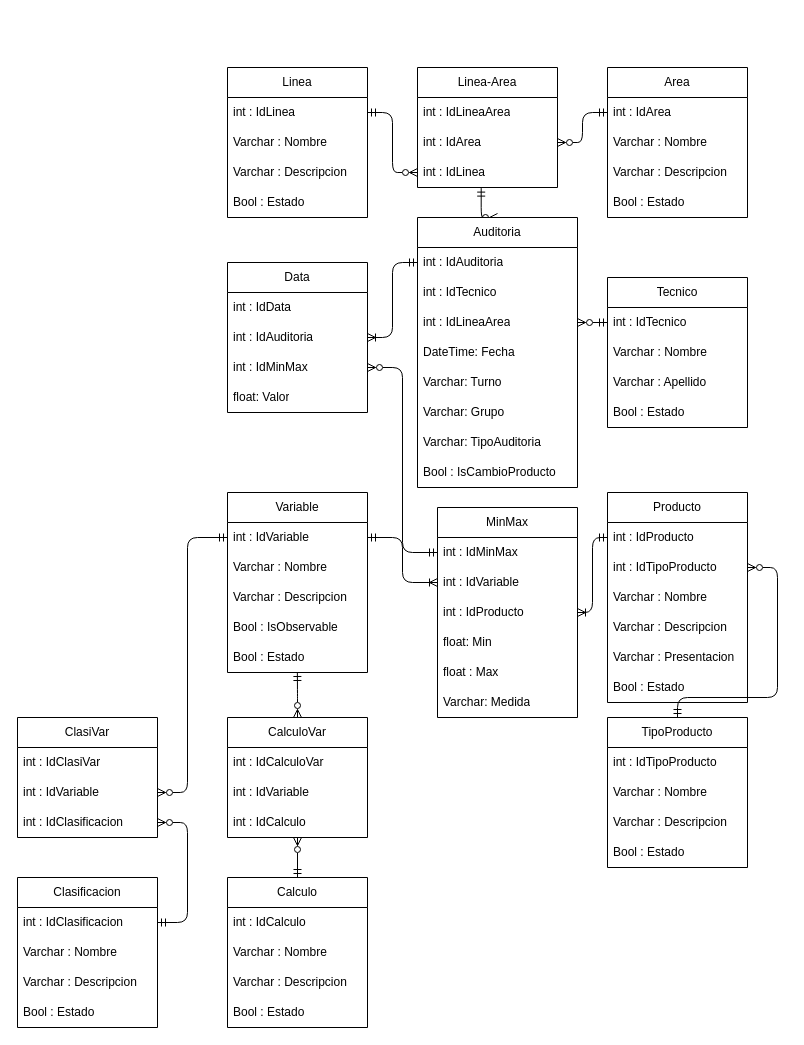
Before: AuditoriasCalidad.drawio in NEODevs-T/Calidad, a draw.io diagram. Source tidied: cells renumbered, new cells numbered last; positions are measured from the earlier drawing's top-left corner, leaving out a move shared by most shapes. Both pictures are drawn from the tidied source at 100%, with x=0, y=0 at pixel (17, 67).
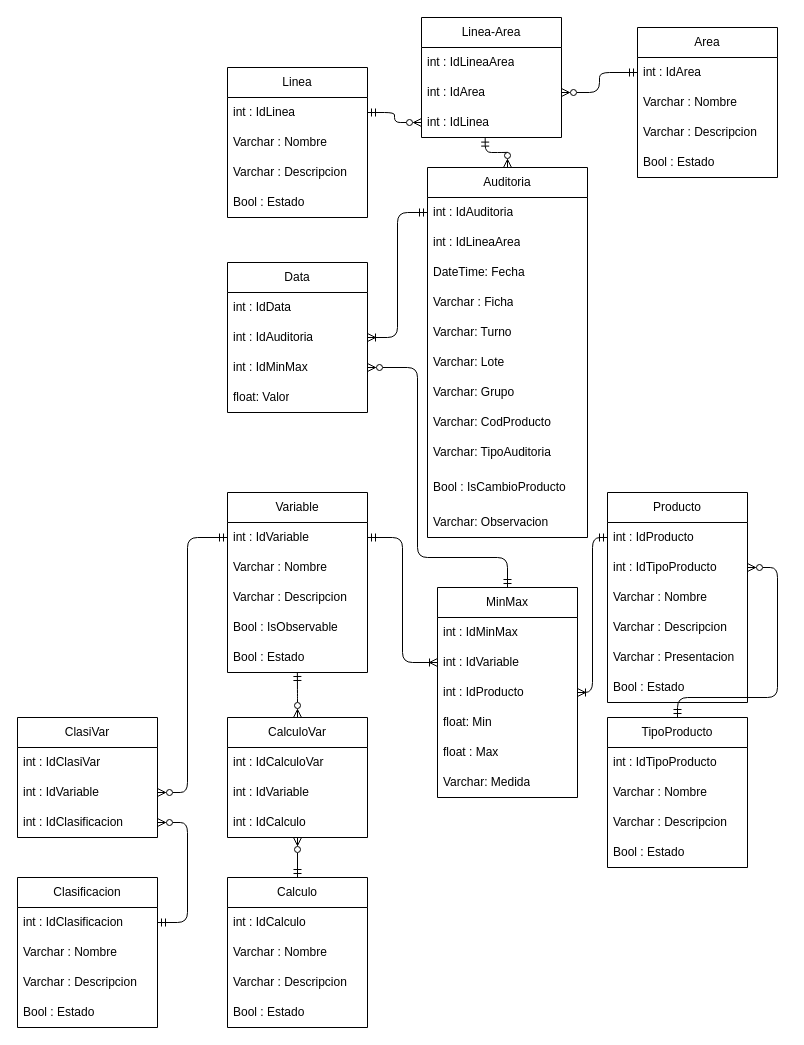
The same page after the edit.

Commit message:
Actualizacion del diagrama de AuditoriasCalidad

Unchanged cells that the change refers to:
```xml
<mxCell id="15" value="int : IdLinea" style="text;strokeColor=none;fillColor=none;align=left;verticalAlign=middle;spacingLeft=4;spacingRight=4;overflow=hidden;points=[[0,0.5],[1,0.5]];portConstraint=eastwest;whiteSpace=wrap;html=1;strokeWidth=1;" parent="12" vertex="1">
  <mxGeometry y="90" width="140" height="30" as="geometry" />
</mxCell>
<mxCell id="37" value="&lt;div style=&quot;text-align: center;&quot;&gt;&lt;span style=&quot;background-color: initial;&quot;&gt;int : IdMinMax&lt;/span&gt;&lt;/div&gt;" style="text;strokeColor=none;fillColor=none;align=left;verticalAlign=middle;spacingLeft=4;spacingRight=4;overflow=hidden;points=[[0,0.5],[1,0.5]];portConstraint=eastwest;whiteSpace=wrap;html=1;" parent="34" vertex="1">
  <mxGeometry y="90" width="140" height="30" as="geometry" />
</mxCell>
<mxCell id="41" value="int : Id&lt;span style=&quot;text-align: center;&quot;&gt;MinMax&lt;/span&gt;" style="text;strokeColor=none;fillColor=none;align=left;verticalAlign=middle;spacingLeft=4;spacingRight=4;overflow=hidden;points=[[0,0.5],[1,0.5]];portConstraint=eastwest;whiteSpace=wrap;html=1;" parent="40" vertex="1">
  <mxGeometry y="30" width="140" height="30" as="geometry" />
</mxCell>
```

What changed in the source:
```diff
@@
     <mxCell id="7" value="Area" style="swimlane;fontStyle=0;horizontal=1;startSize=30;whiteSpace=wrap;html=1;" parent="1" vertex="1">
-      <mxGeometry x="590" width="140" height="150" as="geometry" />
+      <mxGeometry x="620" y="-40" width="140" height="150" as="geometry" />
     </mxCell>
@@
     <mxCell id="12" value="Linea-Area" style="swimlane;fontStyle=0;horizontal=1;startSize=30;whiteSpace=wrap;html=1;" parent="1" vertex="1">
-      <mxGeometry x="400" width="140" height="120" as="geometry" />
+      <mxGeometry x="404" y="-50" width="140" height="120" as="geometry" />
     </mxCell>
@@
-    <mxCell id="18" style="edgeStyle=orthogonalEdgeStyle;html=1;exitX=0.5;exitY=0;exitDx=0;exitDy=0;entryX=0.455;entryY=1.02;entryDx=0;entryDy=0;entryPerimeter=0;startArrow=ERzeroToMany;startFill=0;endArrow=ERmandOne;endFill=0;" parent="1" edge="1" source="19" target="15">
-      <mxGeometry relative="1" as="geometry">
-        <Array as="points">
-          <mxPoint x="470" y="150" />
-          <mxPoint x="464" y="150" />
-        </Array>
-      </mxGeometry>
+    <mxCell id="18" style="edgeStyle=orthogonalEdgeStyle;html=1;entryX=0.455;entryY=1.02;entryDx=0;entryDy=0;entryPerimeter=0;startArrow=ERzeroToMany;startFill=0;endArrow=ERmandOne;endFill=0;exitX=0.5;exitY=0;exitDx=0;exitDy=0;" parent="1" edge="1" source="19" target="15">
+      <mxGeometry relative="1" as="geometry" />
     </mxCell>
     <mxCell id="19" value="Auditoria" style="swimlane;fontStyle=0;horizontal=1;startSize=30;whiteSpace=wrap;html=1;" parent="1" vertex="1">
-      <mxGeometry x="400" y="150" width="160" height="270" as="geometry" />
+      <mxGeometry x="410" y="100" width="160" height="370" as="geometry" />
     </mxCell>
@@
-    <mxCell id="21" value="&lt;div style=&quot;text-align: center;&quot;&gt;&lt;span style=&quot;background-color: initial;&quot;&gt;int : IdTecnico&lt;/span&gt;&lt;/div&gt;" style="text;strokeColor=none;fillColor=none;align=left;verticalAlign=middle;spacingLeft=4;spacingRight=4;overflow=hidden;whiteSpace=wrap;html=1;" parent="19" vertex="1">
-      <mxGeometry y="60" width="160" height="30" as="geometry" />
-    </mxCell>
     <mxCell id="22" value="&lt;div style=&quot;text-align: center;&quot;&gt;&lt;span style=&quot;background-color: initial;&quot;&gt;int : IdLineaArea&lt;/span&gt;&lt;/div&gt;" style="text;strokeColor=none;fillColor=none;align=left;verticalAlign=middle;spacingLeft=4;spacingRight=4;overflow=hidden;points=[[0,0.5],[1,0.5]];portConstraint=eastwest;whiteSpace=wrap;html=1;" parent="19" vertex="1">
-      <mxGeometry y="90" width="160" height="30" as="geometry" />
+      <mxGeometry y="60" width="160" height="30" as="geometry" />
     </mxCell>
     <mxCell id="23" value="DateTime: Fecha" style="text;strokeColor=none;fillColor=none;align=left;verticalAlign=middle;spacingLeft=4;spacingRight=4;overflow=hidden;whiteSpace=wrap;html=1;strokeWidth=1;" parent="19" vertex="1">
-      <mxGeometry y="120" width="160" height="30" as="geometry" />
+      <mxGeometry y="90" width="160" height="30" as="geometry" />
     </mxCell>
+    <mxCell id="21" value="&lt;div style=&quot;text-align: center;&quot;&gt;&lt;span style=&quot;background-color: initial;&quot;&gt;Varchar : Ficha&lt;/span&gt;&lt;/div&gt;" style="text;strokeColor=none;fillColor=none;align=left;verticalAlign=middle;spacingLeft=4;spacingRight=4;overflow=hidden;whiteSpace=wrap;html=1;" parent="19" vertex="1">
+      <mxGeometry y="120" width="160" height="30" as="geometry" />
+    </mxCell>
@@
+    <mxCell id="91" value="Varchar: Lote" style="text;strokeColor=none;fillColor=none;align=left;verticalAlign=middle;spacingLeft=4;spacingRight=4;overflow=hidden;whiteSpace=wrap;html=1;strokeWidth=1;" parent="19" vertex="1">
+      <mxGeometry y="180" width="160" height="30" as="geometry" />
+    </mxCell>
     <mxCell id="25" value="Varchar: Grupo" style="text;strokeColor=none;fillColor=none;align=left;verticalAlign=middle;spacingLeft=4;spacingRight=4;overflow=hidden;whiteSpace=wrap;html=1;strokeWidth=1;" parent="19" vertex="1">
-      <mxGeometry y="180" width="160" height="30" as="geometry" />
+      <mxGeometry y="210" width="160" height="30" as="geometry" />
     </mxCell>
-    <mxCell id="26" value="Varchar: TipoAuditoria" style="text;strokeColor=none;fillColor=none;align=left;verticalAlign=middle;spacingLeft=4;spacingRight=4;overflow=hidden;whiteSpace=wrap;html=1;strokeWidth=1;" parent="19" vertex="1">
-      <mxGeometry y="210" width="160" height="30" as="geometry" />
+    <mxCell id="26" value="Varchar: CodProducto" style="text;strokeColor=none;fillColor=none;align=left;verticalAlign=middle;spacingLeft=4;spacingRight=4;overflow=hidden;whiteSpace=wrap;html=1;strokeWidth=1;" parent="19" vertex="1">
+      <mxGeometry y="240" width="160" height="30" as="geometry" />
     </mxCell>
+    <mxCell id="92" value="Varchar: TipoAuditoria" style="text;strokeColor=none;fillColor=none;align=left;verticalAlign=middle;spacingLeft=4;spacingRight=4;overflow=hidden;whiteSpace=wrap;html=1;strokeWidth=1;" parent="19" vertex="1">
+      <mxGeometry y="270" width="160" height="30" as="geometry" />
+    </mxCell>
     <mxCell id="27" value="Bool : IsCambioProducto" style="text;strokeColor=none;fillColor=none;align=left;verticalAlign=middle;spacingLeft=4;spacingRight=4;overflow=hidden;whiteSpace=wrap;html=1;strokeWidth=1;" parent="19" vertex="1">
-      <mxGeometry y="240" width="160" height="30" as="geometry" />
+      <mxGeometry y="300" width="160" height="40" as="geometry" />
     </mxCell>
-    <mxCell id="28" value="Tecnico" style="swimlane;fontStyle=0;horizontal=1;startSize=30;whiteSpace=wrap;html=1;" parent="1" vertex="1">
-      <mxGeometry x="590" y="210" width="140" height="150" as="geometry" />
-    </mxCell>
-    <mxCell id="29" value="int : IdTecnico" style="text;strokeColor=none;fillColor=none;align=left;verticalAlign=middle;spacingLeft=4;spacingRight=4;overflow=hidden;points=[[0,0.5],[1,0.5]];portConstraint=eastwest;whiteSpace=wrap;html=1;" parent="28" vertex="1">
-      <mxGeometry y="30" width="140" height="30" as="geometry" />
-    </mxCell>
-    <mxCell id="30" value="Varchar : Nombre" style="text;strokeColor=none;fillColor=none;align=left;verticalAlign=middle;spacingLeft=4;spacingRight=4;overflow=hidden;whiteSpace=wrap;html=1;" parent="28" vertex="1">
-      <mxGeometry y="60" width="140" height="30" as="geometry" />
-    </mxCell>
-    <mxCell id="31" value="Varchar : Apellido" style="text;strokeColor=none;fillColor=none;align=left;verticalAlign=middle;spacingLeft=4;spacingRight=4;overflow=hidden;whiteSpace=wrap;html=1;strokeWidth=1;" parent="28" vertex="1">
-      <mxGeometry y="90" width="140" height="30" as="geometry" />
-    </mxCell>
-    <mxCell id="32" value="Bool : Estado" style="text;strokeColor=none;fillColor=none;align=left;verticalAlign=middle;spacingLeft=4;spacingRight=4;overflow=hidden;whiteSpace=wrap;html=1;strokeWidth=1;" parent="28" vertex="1">
-      <mxGeometry y="120" width="140" height="30" as="geometry" />
-    </mxCell>
-    <mxCell id="33" style="edgeStyle=orthogonalEdgeStyle;html=1;entryX=0;entryY=0.5;entryDx=0;entryDy=0;startArrow=ERzeroToMany;startFill=0;endArrow=ERmandOne;endFill=0;" parent="1" edge="1" source="22" target="29">
-      <mxGeometry relative="1" as="geometry" />
-    </mxCell>
+    <mxCell id="93" value="Varchar: Observacion" style="text;strokeColor=none;fillColor=none;align=left;verticalAlign=middle;spacingLeft=4;spacingRight=4;overflow=hidden;whiteSpace=wrap;html=1;strokeWidth=1;" parent="19" vertex="1">
+      <mxGeometry y="340" width="160" height="30" as="geometry" />
+    </mxCell>
@@
     <mxCell id="40" value="MinMax" style="swimlane;fontStyle=0;horizontal=1;startSize=30;whiteSpace=wrap;html=1;" parent="1" vertex="1">
-      <mxGeometry x="420" y="440" width="140" height="210" as="geometry" />
+      <mxGeometry x="420" y="520" width="140" height="210" as="geometry" />
     </mxCell>
@@
-    <mxCell id="78" style="edgeStyle=orthogonalEdgeStyle;html=1;exitX=1;exitY=0.5;exitDx=0;exitDy=0;entryX=0;entryY=0.5;entryDx=0;entryDy=0;startArrow=ERzeroToMany;startFill=0;endArrow=ERmandOne;endFill=0;" parent="1" edge="1" source="37" target="41">
+    <mxCell id="78" style="edgeStyle=orthogonalEdgeStyle;html=1;exitX=1;exitY=0.5;exitDx=0;exitDy=0;startArrow=ERzeroToMany;startFill=0;endArrow=ERmandOne;endFill=0;entryX=0.5;entryY=0;entryDx=0;entryDy=0;" parent="1" edge="1" source="37" target="40">
       <mxGeometry relative="1" as="geometry">
         <Array as="points">
-          <mxPoint x="385" y="300" />
-          <mxPoint x="385" y="485" />
+          <mxPoint x="400" y="300" />
+          <mxPoint x="400" y="490" />
+          <mxPoint x="490" y="490" />
         </Array>
       </mxGeometry>
     </mxCell>
```
